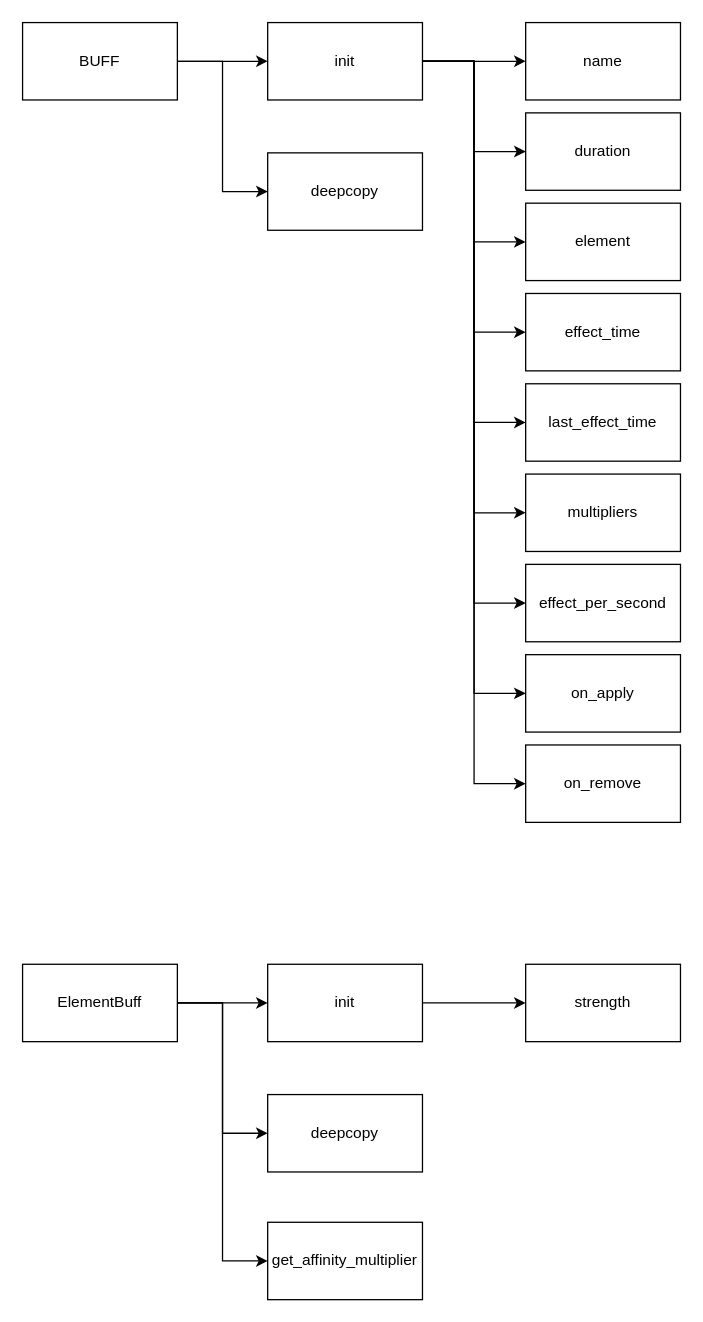
The draw.io diagram page "效果class" (4 of 6) of 計劃書.drawio in jui-pixel/aoop_2025_group12_Alchmey_RPG_game, before the edit. Source tidied: cells renumbered, new cells numbered last; positions are measured from the earlier drawing's top-left corner, leaving out a move shared by most shapes. Both pictures are drawn from the tidied source at 129%, with x=0, y=0 at pixel (22, 22).
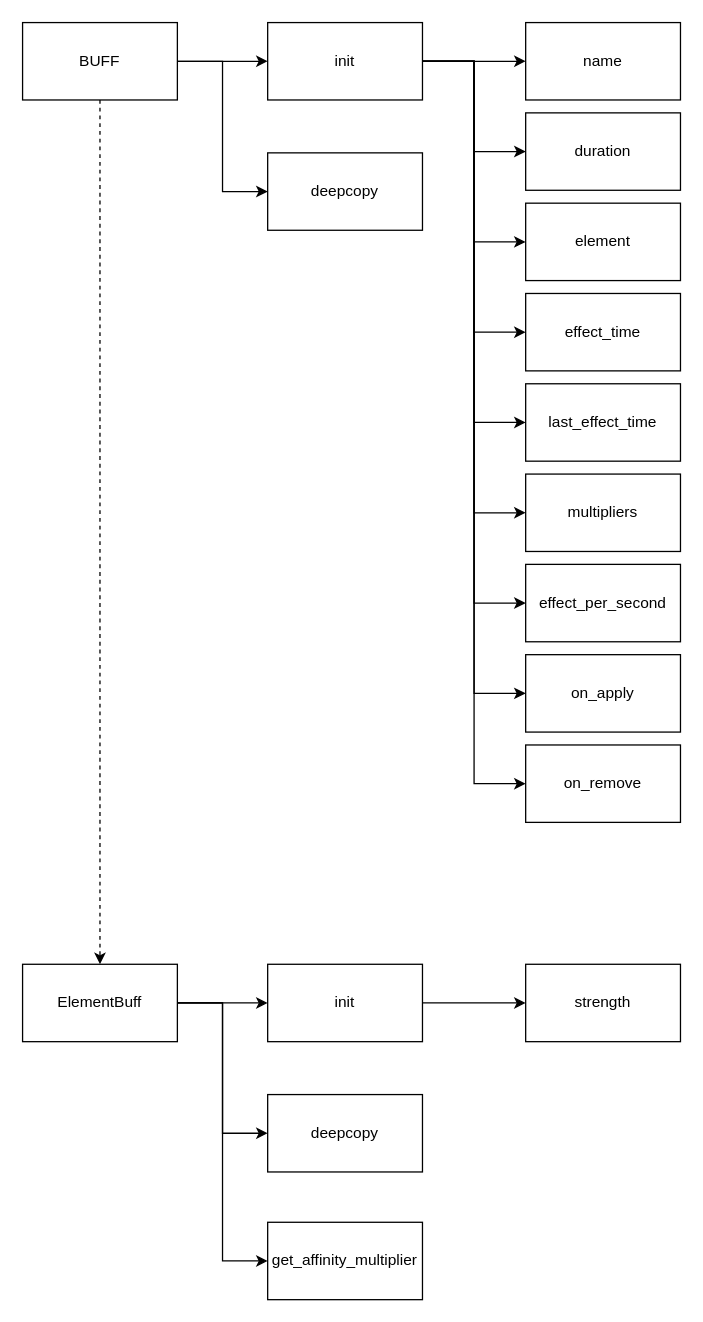
The same diagram, later.

Unchanged cells that the change refers to:
```xml
<mxCell id="4" value="BUFF" style="rounded=0;whiteSpace=wrap;html=1;" parent="1" vertex="1">
  <mxGeometry width="120" height="60" as="geometry" />
</mxCell>
<mxCell id="28" value="ElementBuff" style="rounded=0;whiteSpace=wrap;html=1;" parent="1" vertex="1">
  <mxGeometry y="730" width="120" height="60" as="geometry" />
</mxCell>
```

What changed in the source:
```diff
@@
+    <mxCell id="34" style="edgeStyle=orthogonalEdgeStyle;rounded=0;jettySize=auto;html=1;entryX=0.5;entryY=0;entryDx=0;entryDy=0;dashed=1;" parent="1" edge="1" source="4" target="28">
+      <mxGeometry relative="1" as="geometry" />
+    </mxCell>
```
